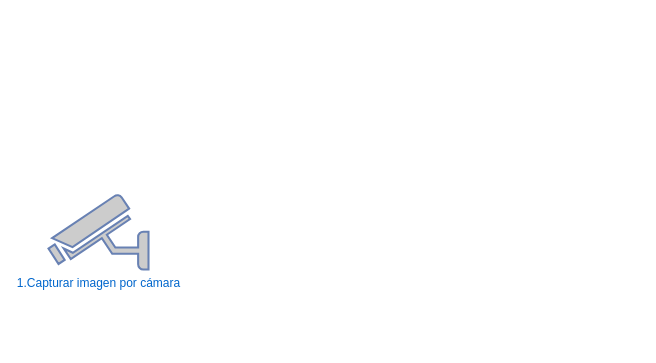
Earlier version of the draw.io diagram uni.drawio (gleandro/drawIO). Source tidied: cells renumbered, new cells numbered last; positions are measured from the earlier drawing's top-left corner, leaving out a move shared by most shapes. Both pictures are drawn from the tidied source at 100%, with x=0, y=0 at pixel (48, 194). Pictures stored in the file or linked from it are replaced by grey dashed boxes.
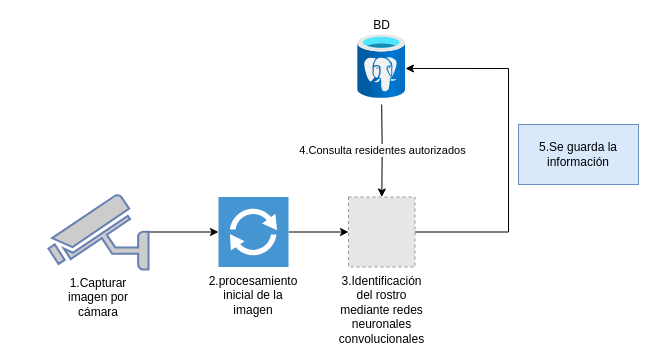
The same page after the edit.

Change to the diagram source:
```diff
@@
 <mxGraphModel>
   <root>
     <mxCell id="0" />
     <mxCell id="1" parent="0" />
+    <mxCell id="3" style="edgeStyle=orthogonalEdgeStyle;rounded=0;jettySize=auto;html=1;" parent="1" edge="1" source="2" target="5">
+      <mxGeometry relative="1" as="geometry" />
+    </mxCell>
-    <mxCell id="2" value="1.Capturar imagen por cámara" style="fontColor=#0066CC;verticalAlign=top;verticalLabelPosition=bottom;labelPosition=center;align=center;html=1;outlineConnect=0;fillColor=#CCCCCC;strokeColor=#6881B3;gradientColor=none;gradientDirection=north;strokeWidth=2;shape=mxgraph.networks.security_camera;direction=east;flipH=1;" parent="1" vertex="1">
+    <mxCell id="2" value="1.Capturar imagen por cámara" style="fontColor=#000000;verticalAlign=top;verticalLabelPosition=bottom;labelPosition=center;align=center;html=1;outlineConnect=0;fillColor=#CCCCCC;strokeColor=#6881B3;gradientColor=none;gradientDirection=north;strokeWidth=2;shape=mxgraph.networks.security_camera;direction=east;flipH=1;whiteSpace=wrap;" parent="1" vertex="1">
       <mxGeometry width="100" height="75" as="geometry" />
     </mxCell>
+    <mxCell id="4" style="edgeStyle=orthogonalEdgeStyle;rounded=0;jettySize=auto;html=1;" parent="1" edge="1" source="5" target="8">
+      <mxGeometry relative="1" as="geometry" />
+    </mxCell>
+    <mxCell id="5" value="2.procesamiento inicial de la imagen" style="shadow=0;dashed=0;html=1;strokeColor=none;fillColor=#4495D1;labelPosition=center;verticalLabelPosition=bottom;verticalAlign=top;align=center;outlineConnect=0;shape=mxgraph.veeam.2d.proxy;whiteSpace=wrap;" parent="1" vertex="1">
+      <mxGeometry x="170" y="2.5" width="70" height="70" as="geometry" />
+    </mxCell>
+    <mxCell id="6" style="edgeStyle=orthogonalEdgeStyle;rounded=0;jettySize=auto;html=1;entryX=0.995;entryY=0.531;entryDx=0;entryDy=0;entryPerimeter=0;exitX=1;exitY=0.5;exitDx=0;exitDy=0;" parent="1" edge="1" source="8" target="9">
+      <mxGeometry relative="1" as="geometry">
+        <Array as="points">
+          <mxPoint x="460" y="38" />
+          <mxPoint x="460" y="-126" />
+        </Array>
+      </mxGeometry>
+    </mxCell>
+    <mxCell id="7" value="4.Consulta residentes autorizados" style="edgeStyle=orthogonalEdgeStyle;rounded=0;jettySize=auto;html=1;" parent="1" edge="1" target="8">
+      <mxGeometry relative="1" as="geometry">
+        <mxPoint x="333.2" y="-90" as="sourcePoint" />
+      </mxGeometry>
+    </mxCell>
+    <mxCell id="8" value="3.Identificación del rostro mediante redes neuronales convolucionales" style="fillColor=#E6E6E6;strokeColor=#999999;dashed=1;verticalLabelPosition=bottom;labelBackgroundColor=#ffffff;verticalAlign=top;fontColor=default;align=center;whiteSpace=wrap;" parent="1" vertex="1">
+      <mxGeometry x="300" y="2.5" width="66.5" height="70" as="geometry" />
+    </mxCell>
+    <mxCell id="9" value="BD" style="image;html=1;points=[];align=center;fontSize=12;image=img/lib/azure2/databases/Azure_Database_PostgreSQL_Server.svg;verticalAlign=bottom;labelPosition=center;verticalLabelPosition=top;" parent="1" vertex="1">
+      <mxGeometry x="309.2" y="-160" width="48" height="64" as="geometry" />
+    </mxCell>
+    <mxCell id="10" value="5.Se guarda la información" style="rounded=0;whiteSpace=wrap;html=1;fillColor=#dae8fc;strokeColor=#6c8ebf;" parent="1" vertex="1">
+      <mxGeometry x="470" y="-70" width="120" height="60" as="geometry" />
+    </mxCell>
   </root>
 </mxGraphModel>
```
